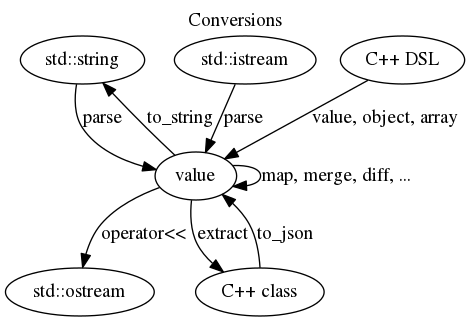
Above: doc/conversions.png in tgockel/json-voorhees (Graphviz), before the change. Its source is kept beside it as doc/conversions.dot.
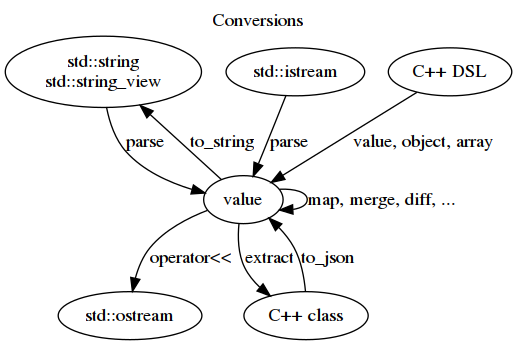
After the change.

What changed in the source:
```diff
@@ -2,7 +2,7 @@
   label="Conversions"
   labelloc="t"
 
-  str     [label="std::string"]
+  str     [label="std::string\nstd::string_view"]
   istream [label="std::istream"]
   ostream [label="std::ostream"]
   value   [label="value", URL="\ref jsonv::value"]
```
